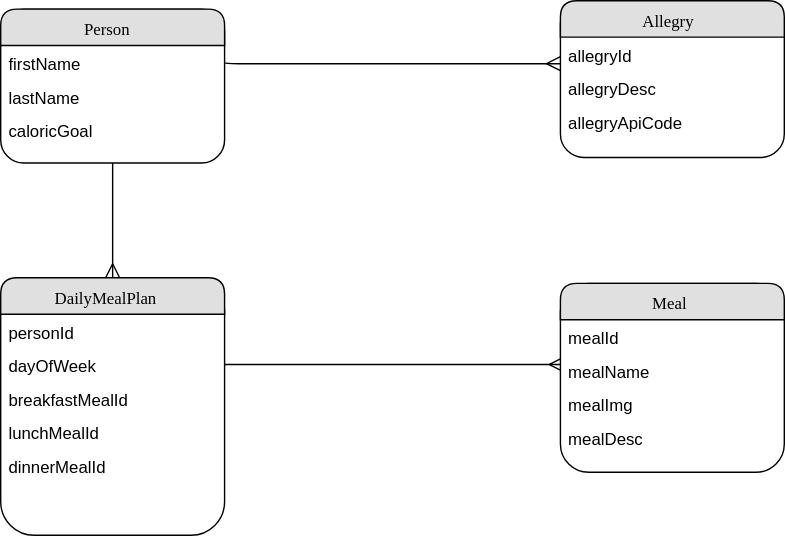
Before: eat-smarter.svg, a diagram exported from draw.io (iamdp/Eat-Smarter-Backend). Source tidied: cells renumbered, new cells last; positions are measured from the earlier drawing's top-left corner, leaving out a move shared by most shapes.
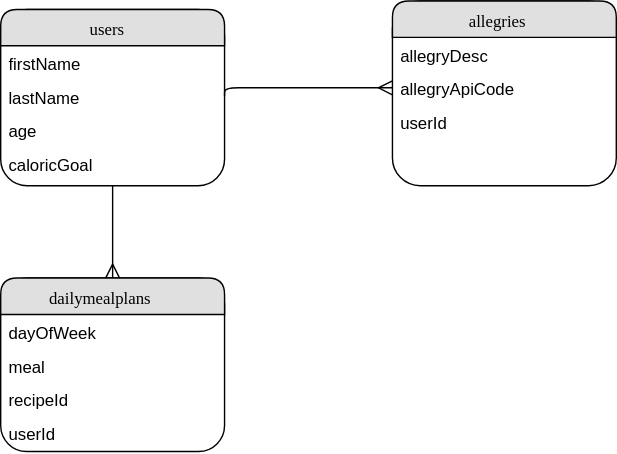
Later version of the same file.

The edit, as a diff of the source:
```diff
@@ -2,8 +2,8 @@
   <root>
     <mxCell id="0" />
     <mxCell id="1" parent="0" />
-    <mxCell id="2" value="Person&lt;br&gt;" style="swimlane;html=1;fontStyle=0;horizontal=1;startSize=26;fillColor=#e0e0e0;swimlaneFillColor=#ffffff;align=center;rounded=1;shadow=0;comic=0;labelBackgroundColor=none;strokeColor=#000000;strokeWidth=1;fontFamily=Verdana;fontSize=12;fontColor=#000000;" parent="1" vertex="1">
-      <mxGeometry y="6" width="160" height="110" as="geometry" />
+    <mxCell id="2" value="users&lt;br&gt;" style="swimlane;html=1;fontStyle=0;horizontal=1;startSize=26;fillColor=#e0e0e0;swimlaneFillColor=#ffffff;align=center;rounded=1;shadow=0;comic=0;labelBackgroundColor=none;strokeColor=#000000;strokeWidth=1;fontFamily=Verdana;fontSize=12;fontColor=#000000;" parent="1" vertex="1">
+      <mxGeometry y="6" width="160" height="126" as="geometry" />
     </mxCell>
     <mxCell id="3" value="firstName" style="text;html=1;strokeColor=none;fillColor=none;spacingLeft=4;spacingRight=4;whiteSpace=wrap;overflow=hidden;points=[[0,0.5],[1,0.5]];portConstraint=eastwest;spacing=2;spacingBottom=0;" parent="2" vertex="1">
       <mxGeometry y="26" width="160" height="24" as="geometry" />
@@ -11,71 +11,47 @@
     <mxCell id="4" value="lastName" style="text;html=1;strokeColor=none;fillColor=none;spacingLeft=4;spacingRight=4;whiteSpace=wrap;overflow=hidden;points=[[0,0.5],[1,0.5]];portConstraint=eastwest;spacing=2;spacingBottom=0;" parent="2" vertex="1">
       <mxGeometry y="50" width="160" height="24" as="geometry" />
     </mxCell>
-    <mxCell id="5" value="caloricGoal" style="text;html=1;strokeColor=none;fillColor=none;spacingLeft=4;spacingRight=4;whiteSpace=wrap;overflow=hidden;spacing=2;spacingBottom=0;" parent="2" vertex="1">
+    <mxCell id="5" value="age" style="text;html=1;strokeColor=none;fillColor=none;spacingLeft=4;spacingRight=4;whiteSpace=wrap;overflow=hidden;spacing=2;spacingBottom=0;" parent="2" vertex="1">
       <mxGeometry y="74" width="160" height="24" as="geometry" />
     </mxCell>
+    <mxCell id="24" value="caloricGoal" style="text;html=1;strokeColor=none;fillColor=none;spacingLeft=4;spacingRight=4;whiteSpace=wrap;overflow=hidden;spacing=2;spacingBottom=0;" parent="2" vertex="1">
+      <mxGeometry y="98" width="160" height="24" as="geometry" />
+    </mxCell>
-    <mxCell id="6" value="DailyMealPlan" style="swimlane;html=1;fontStyle=0;horizontal=1;startSize=26;fillColor=#e0e0e0;swimlaneFillColor=#ffffff;align=center;rounded=1;shadow=0;comic=0;labelBackgroundColor=none;strokeColor=#000000;strokeWidth=1;fontFamily=Verdana;fontSize=12;fontColor=#000000;" parent="1" vertex="1">
-      <mxGeometry y="198" width="160" height="184" as="geometry" />
+    <mxCell id="6" value="dailymealplans" style="swimlane;html=1;fontStyle=0;horizontal=1;startSize=26;fillColor=#e0e0e0;swimlaneFillColor=#ffffff;align=center;rounded=1;shadow=0;comic=0;labelBackgroundColor=none;strokeColor=#000000;strokeWidth=1;fontFamily=Verdana;fontSize=12;fontColor=#000000;" parent="1" vertex="1">
+      <mxGeometry y="198" width="160" height="124" as="geometry" />
     </mxCell>
-    <mxCell id="7" value="personId" style="text;html=1;strokeColor=none;fillColor=none;spacingLeft=4;spacingRight=4;whiteSpace=wrap;overflow=hidden;spacing=2;spacingBottom=0;" parent="6" vertex="1">
-      <mxGeometry y="26" width="160" height="24" as="geometry" />
-    </mxCell>
     <mxCell id="8" value="dayOfWeek" style="text;html=1;strokeColor=none;fillColor=none;spacingLeft=4;spacingRight=4;whiteSpace=wrap;overflow=hidden;points=[[0,0.5],[1,0.5]];portConstraint=eastwest;spacing=2;spacingBottom=0;" parent="6" vertex="1">
-      <mxGeometry y="50" width="160" height="24" as="geometry" />
+      <mxGeometry y="26" width="160" height="24" as="geometry" />
     </mxCell>
-    <mxCell id="9" value="breakfastMealId" style="text;html=1;strokeColor=none;fillColor=none;spacingLeft=4;spacingRight=4;whiteSpace=wrap;overflow=hidden;spacing=2;spacingBottom=0;" parent="6" vertex="1">
-      <mxGeometry y="74" width="160" height="24" as="geometry" />
+    <mxCell id="9" value="meal" style="text;html=1;strokeColor=none;fillColor=none;spacingLeft=4;spacingRight=4;whiteSpace=wrap;overflow=hidden;spacing=2;spacingBottom=0;" parent="6" vertex="1">
+      <mxGeometry y="50" width="160" height="24" as="geometry" />
     </mxCell>
-    <mxCell id="10" value="lunchMealId" style="text;html=1;strokeColor=none;fillColor=none;spacingLeft=4;spacingRight=4;whiteSpace=wrap;overflow=hidden;" parent="6" vertex="1">
-      <mxGeometry y="98" width="160" height="24" as="geometry" />
+    <mxCell id="10" value="recipeId" style="text;html=1;strokeColor=none;fillColor=none;spacingLeft=4;spacingRight=4;whiteSpace=wrap;overflow=hidden;" parent="6" vertex="1">
+      <mxGeometry y="74" width="160" height="24" as="geometry" />
     </mxCell>
-    <mxCell id="11" value="dinnerMealId" style="text;html=1;strokeColor=none;fillColor=none;spacingLeft=4;spacingRight=4;whiteSpace=wrap;overflow=hidden;spacing=2;spacingBottom=0;" parent="6" vertex="1">
-      <mxGeometry y="122" width="160" height="24" as="geometry" />
+    <mxCell id="11" value="userId" style="text;html=1;strokeColor=none;fillColor=none;spacingLeft=4;spacingRight=4;whiteSpace=wrap;overflow=hidden;spacing=2;spacingBottom=0;" parent="6" vertex="1">
+      <mxGeometry y="98" width="160" height="24" as="geometry" />
     </mxCell>
-    <mxCell id="12" style="edgeStyle=orthogonalEdgeStyle;rounded=0;html=1;entryX=1;entryY=0.5;startArrow=ERmany;startFill=0;jettySize=auto;strokeColor=#000000;fontFamily=Helvetica;fontSize=12;endArrow=none;endFill=0;" parent="1" edge="1" source="13" target="8">
-      <mxGeometry relative="1" as="geometry">
-        <Array as="points">
-          <mxPoint x="350" y="260" />
-          <mxPoint x="350" y="260" />
-        </Array>
-      </mxGeometry>
-    </mxCell>
-    <mxCell id="13" value="Meal" style="swimlane;html=1;fontStyle=0;horizontal=1;startSize=26;fillColor=#e0e0e0;swimlaneFillColor=#ffffff;align=center;rounded=1;shadow=0;comic=0;labelBackgroundColor=none;strokeColor=#000000;strokeWidth=1;fontFamily=Verdana;fontSize=12;fontColor=#000000;" parent="1" vertex="1">
-      <mxGeometry x="400" y="202" width="160" height="135" as="geometry" />
-    </mxCell>
-    <mxCell id="14" value="mealId" style="text;html=1;strokeColor=none;fillColor=none;spacingLeft=4;spacingRight=4;whiteSpace=wrap;overflow=hidden;spacing=2;spacingBottom=0;" parent="13" vertex="1">
-      <mxGeometry y="26" width="160" height="24" as="geometry" />
-    </mxCell>
-    <mxCell id="15" value="mealName" style="text;html=1;strokeColor=none;fillColor=none;spacingLeft=4;spacingRight=4;whiteSpace=wrap;overflow=hidden;spacing=2;spacingBottom=0;" parent="13" vertex="1">
-      <mxGeometry y="50" width="160" height="24" as="geometry" />
-    </mxCell>
-    <mxCell id="16" value="mealImg" style="text;html=1;strokeColor=none;fillColor=none;spacingLeft=4;spacingRight=4;whiteSpace=wrap;overflow=hidden;spacing=2;spacingBottom=0;" parent="13" vertex="1">
-      <mxGeometry y="74" width="160" height="24" as="geometry" />
-    </mxCell>
-    <mxCell id="17" value="mealDesc" style="text;html=1;strokeColor=none;fillColor=none;spacingLeft=4;spacingRight=4;whiteSpace=wrap;overflow=hidden;spacing=2;spacingBottom=0;" parent="13" vertex="1">
-      <mxGeometry y="98" width="160" height="24" as="geometry" />
-    </mxCell>
-    <mxCell id="18" value="Allegry" style="swimlane;html=1;fontStyle=0;horizontal=1;startSize=26;fillColor=#e0e0e0;swimlaneFillColor=#ffffff;align=center;rounded=1;shadow=0;comic=0;labelBackgroundColor=none;strokeColor=#000000;strokeWidth=1;fontFamily=Verdana;fontSize=12;fontColor=#000000;" parent="1" vertex="1">
-      <mxGeometry x="400" width="160" height="112" as="geometry" />
+    <mxCell id="18" value="allegries" style="swimlane;html=1;fontStyle=0;horizontal=1;startSize=26;fillColor=#e0e0e0;swimlaneFillColor=#ffffff;align=center;rounded=1;shadow=0;comic=0;labelBackgroundColor=none;strokeColor=#000000;strokeWidth=1;fontFamily=Verdana;fontSize=12;fontColor=#000000;" parent="1" vertex="1">
+      <mxGeometry x="280" width="160" height="132" as="geometry" />
     </mxCell>
-    <mxCell id="19" value="allegryId" style="text;html=1;strokeColor=none;fillColor=none;spacingLeft=4;spacingRight=4;whiteSpace=wrap;overflow=hidden;spacing=2;spacingBottom=0;" parent="18" vertex="1">
-      <mxGeometry y="26" width="160" height="24" as="geometry" />
-    </mxCell>
     <mxCell id="20" value="allegryDesc" style="text;html=1;strokeColor=none;fillColor=none;spacingLeft=4;spacingRight=4;whiteSpace=wrap;overflow=hidden;spacing=2;spacingBottom=0;" parent="18" vertex="1">
-      <mxGeometry y="50" width="160" height="24" as="geometry" />
+      <mxGeometry y="26" width="160" height="24" as="geometry" />
     </mxCell>
     <mxCell id="21" value="allegryApiCode" style="text;html=1;strokeColor=none;fillColor=none;spacingLeft=4;spacingRight=4;whiteSpace=wrap;overflow=hidden;points=[[0,0.5],[1,0.5]];portConstraint=eastwest;spacing=2;spacingBottom=0;" parent="18" vertex="1">
-      <mxGeometry y="74" width="160" height="24" as="geometry" />
+      <mxGeometry y="50" width="160" height="24" as="geometry" />
     </mxCell>
+    <mxCell id="25" value="userId" style="text;html=1;strokeColor=none;fillColor=none;spacingLeft=4;spacingRight=4;whiteSpace=wrap;overflow=hidden;spacing=2;spacingBottom=0;" parent="18" vertex="1">
+      <mxGeometry y="74" width="160" height="24" as="geometry" />
+    </mxCell>
     <mxCell id="22" style="edgeStyle=orthogonalEdgeStyle;html=1;labelBackgroundColor=none;startFill=0;startSize=8;endFill=0;endSize=8;fontFamily=Verdana;fontSize=12;startArrow=none;endArrow=ERmany;" parent="1" edge="1" source="2" target="6">
       <mxGeometry relative="1" as="geometry" />
     </mxCell>
-    <mxCell id="23" style="edgeStyle=orthogonalEdgeStyle;html=1;entryX=1;entryY=0.5;labelBackgroundColor=none;startFill=0;startSize=8;endFill=0;endSize=8;fontFamily=Verdana;fontSize=12;startArrow=ERmany;endArrow=none;" parent="1" edge="1" target="3">
+    <mxCell id="23" style="edgeStyle=orthogonalEdgeStyle;html=1;entryX=1;entryY=0.5;labelBackgroundColor=none;startFill=0;startSize=8;endFill=0;endSize=8;fontFamily=Verdana;fontSize=12;startArrow=ERmany;endArrow=none;exitX=0;exitY=0.5;" parent="1" edge="1" source="21" target="4">
       <mxGeometry relative="1" as="geometry">
-        <mxPoint x="400" y="45" as="sourcePoint" />
         <Array as="points">
-          <mxPoint x="310" y="45" />
-          <mxPoint x="310" y="45" />
+          <mxPoint x="230" y="62" />
+          <mxPoint x="160" y="62" />
         </Array>
       </mxGeometry>
     </mxCell>
```
